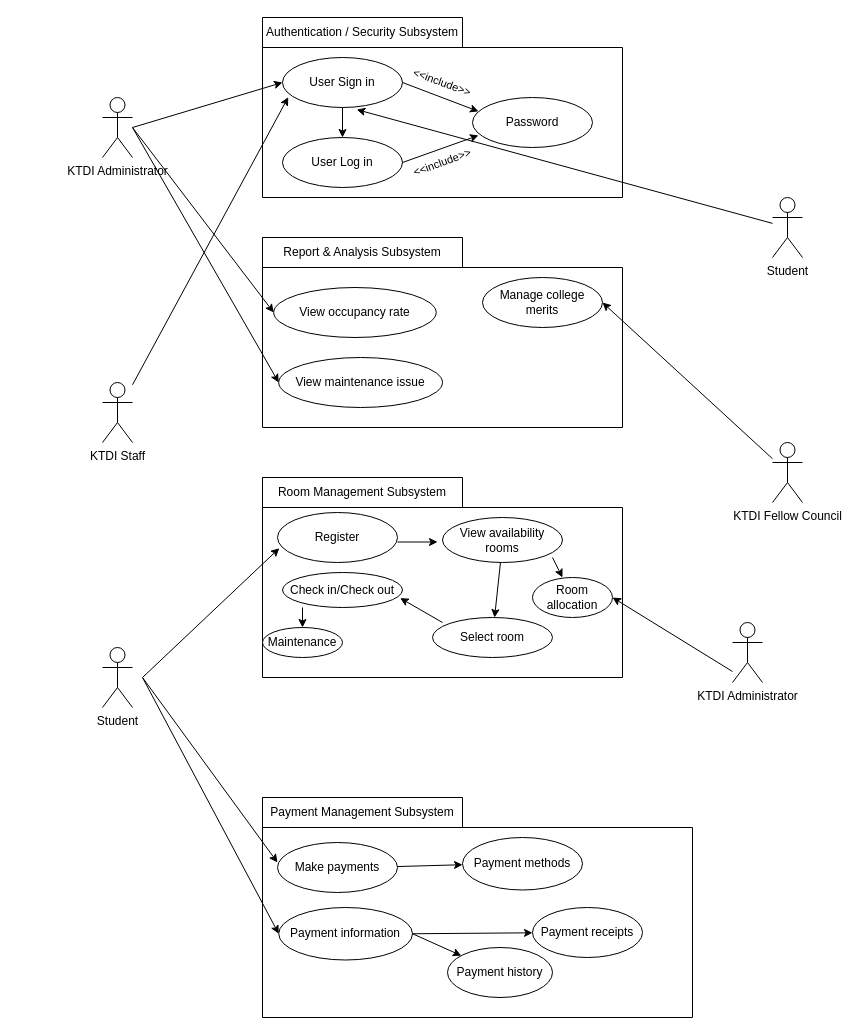
Before: page "Page-1" (1 of 2) of project/drawio/stakeholder/use_case.drawio in drshahizan/software-engineering, a draw.io diagram. Source tidied: cells renumbered, new cells numbered last; positions are measured from the earlier drawing's top-left corner, leaving out a move shared by most shapes. Both pictures are drawn from the tidied source at 100%, with x=0, y=0 at pixel (102, 17).
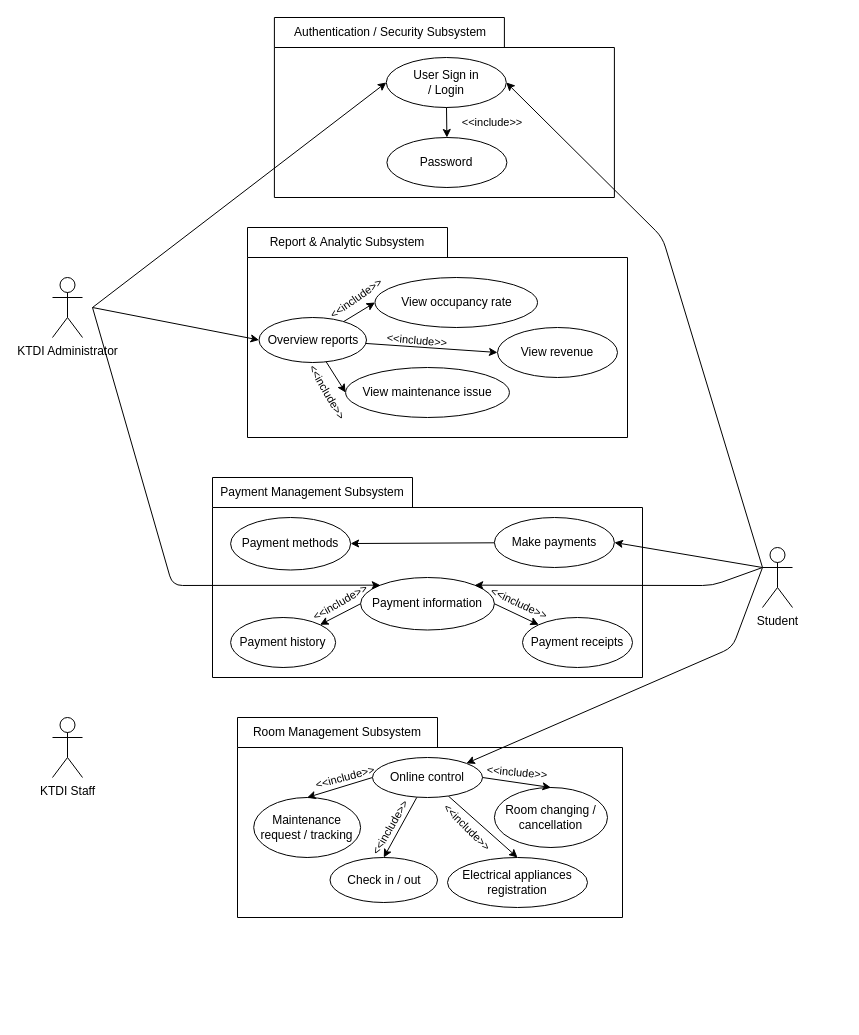
The same diagram, later.

What changed in the source:
```diff
@@
+    <mxCell id="11" style="shape=folder;fontStyle=1;tabWidth=200;tabHeight=30;tabPosition=left;html=1;boundedLbl=1;" parent="1" vertex="1">
+      <mxGeometry x="145" y="210" width="380" height="210" as="geometry" />
+    </mxCell>
+    <mxCell id="60" style="edgeStyle=none;html=1;entryX=0;entryY=0.5;entryDx=0;entryDy=0;" parent="1" edge="1" target="65">
+      <mxGeometry relative="1" as="geometry">
+        <mxPoint x="-10" y="290" as="sourcePoint" />
+      </mxGeometry>
+    </mxCell>
     <mxCell id="2" value="KTDI Administrator" style="shape=umlActor;verticalLabelPosition=bottom;verticalAlign=top;html=1;" parent="1" vertex="1">
-      <mxGeometry y="80" width="30" height="60" as="geometry" />
+      <mxGeometry x="-50" y="260" width="30" height="60" as="geometry" />
     </mxCell>
     <mxCell id="3" value="KTDI Staff" style="shape=umlActor;verticalLabelPosition=bottom;verticalAlign=top;html=1;" parent="1" vertex="1">
-      <mxGeometry y="365" width="30" height="60" as="geometry" />
+      <mxGeometry x="-50" y="700" width="30" height="60" as="geometry" />
     </mxCell>
     <mxCell id="4" value="Student" style="shape=umlActor;verticalLabelPosition=bottom;verticalAlign=top;html=1;" parent="1" vertex="1">
-      <mxGeometry x="670" y="180" width="30" height="60" as="geometry" />
+      <mxGeometry x="660" y="530" width="30" height="60" as="geometry" />
     </mxCell>
-    <mxCell id="5" value="KTDI Fellow Council" style="shape=umlActor;verticalLabelPosition=bottom;verticalAlign=top;html=1;" parent="1" vertex="1">
-      <mxGeometry x="670" y="425" width="30" height="60" as="geometry" />
-    </mxCell>
-    <mxCell id="6" style="shape=folder;fontStyle=1;tabWidth=200;tabHeight=30;tabPosition=left;html=1;boundedLbl=1;" parent="1" vertex="1">
-      <mxGeometry x="160" width="360" height="180" as="geometry" />
+    <mxCell id="6" style="shape=folder;fontStyle=1;tabWidth=230;tabHeight=30;tabPosition=left;html=1;boundedLbl=1;" parent="1" vertex="1">
+      <mxGeometry x="171.9" width="340" height="180" as="geometry" />
     </mxCell>
-    <mxCell id="7" style="edgeStyle=none;html=1;entryX=0.5;entryY=0;entryDx=0;entryDy=0;" parent="1" edge="1" source="8" target="20">
-      <mxGeometry relative="1" as="geometry" />
-    </mxCell>
     <mxCell id="8" style="ellipse;whiteSpace=wrap;html=1;fillColor=none;" parent="1" vertex="1">
-      <mxGeometry x="180" y="40" width="120" height="50" as="geometry" />
+      <mxGeometry x="283.8" y="40" width="120" height="50" as="geometry" />
     </mxCell>
     <mxCell id="9" value="Authentication / Security Subsystem" style="text;html=1;strokeColor=none;fillColor=none;align=center;verticalAlign=middle;whiteSpace=wrap;rounded=0;" parent="1" vertex="1">
-      <mxGeometry x="160" width="200" height="30" as="geometry" />
+      <mxGeometry x="188.1" width="200" height="30" as="geometry" />
     </mxCell>
-    <mxCell id="10" style="edgeStyle=none;html=1;entryX=0;entryY=0.5;entryDx=0;entryDy=0;" parent="1" edge="1" target="8">
-      <mxGeometry relative="1" as="geometry">
-        <mxPoint x="30" y="110" as="sourcePoint" />
-      </mxGeometry>
-    </mxCell>
-    <mxCell id="11" style="shape=folder;fontStyle=1;tabWidth=200;tabHeight=30;tabPosition=left;html=1;boundedLbl=1;" parent="1" vertex="1">
-      <mxGeometry x="160" y="220" width="360" height="190" as="geometry" />
-    </mxCell>
-    <mxCell id="12" value="Report &amp;amp; Analysis Subsystem" style="text;html=1;strokeColor=none;fillColor=none;align=center;verticalAlign=middle;whiteSpace=wrap;rounded=0;" parent="1" vertex="1">
-      <mxGeometry x="160" y="220" width="200" height="30" as="geometry" />
+    <mxCell id="12" value="Report &amp;amp; Analytic Subsystem" style="text;html=1;strokeColor=none;fillColor=none;align=center;verticalAlign=middle;whiteSpace=wrap;rounded=0;" parent="1" vertex="1">
+      <mxGeometry x="145" y="210" width="200" height="30" as="geometry" />
     </mxCell>
     <mxCell id="13" style="shape=folder;fontStyle=1;tabWidth=200;tabHeight=30;tabPosition=left;html=1;boundedLbl=1;" parent="1" vertex="1">
-      <mxGeometry x="160" y="460" width="360" height="200" as="geometry" />
+      <mxGeometry x="135" y="700" width="385" height="200" as="geometry" />
     </mxCell>
     <mxCell id="14" value="Room Management Subsystem" style="text;html=1;strokeColor=none;fillColor=none;align=center;verticalAlign=middle;whiteSpace=wrap;rounded=0;" parent="1" vertex="1">
-      <mxGeometry x="160" y="460" width="200" height="30" as="geometry" />
+      <mxGeometry x="135" y="700" width="200" height="30" as="geometry" />
     </mxCell>
     <mxCell id="15" style="shape=folder;fontStyle=1;tabWidth=200;tabHeight=30;tabPosition=left;html=1;boundedLbl=1;" parent="1" vertex="1">
-      <mxGeometry x="160" y="780" width="430" height="220" as="geometry" />
+      <mxGeometry x="110" y="460" width="430" height="200" as="geometry" />
     </mxCell>
     <mxCell id="16" value="Payment Management Subsystem" style="text;html=1;strokeColor=none;fillColor=none;align=center;verticalAlign=middle;whiteSpace=wrap;rounded=0;" parent="1" vertex="1">
-      <mxGeometry x="160" y="780" width="200" height="30" as="geometry" />
+      <mxGeometry x="110" y="460" width="200" height="30" as="geometry" />
     </mxCell>
-    <mxCell id="17" style="edgeStyle=none;html=1;entryX=0.05;entryY=0.278;entryDx=0;entryDy=0;exitX=1;exitY=0.5;exitDx=0;exitDy=0;entryPerimeter=0;" parent="1" edge="1" source="8" target="22">
-      <mxGeometry relative="1" as="geometry" />
-    </mxCell>
+    <mxCell id="61" style="edgeStyle=none;html=1;entryX=0.5;entryY=0;entryDx=0;entryDy=0;" parent="1" edge="1" target="22">
+      <mxGeometry relative="1" as="geometry">
+        <mxPoint x="344" y="90" as="sourcePoint" />
+      </mxGeometry>
+    </mxCell>
-    <mxCell id="18" value="User Sign in" style="text;html=1;strokeColor=none;fillColor=none;align=center;verticalAlign=middle;whiteSpace=wrap;rounded=0;" parent="1" vertex="1">
-      <mxGeometry x="205" y="50" width="70" height="30" as="geometry" />
+    <mxCell id="18" value="User Sign in / Login" style="text;html=1;strokeColor=none;fillColor=none;align=center;verticalAlign=middle;whiteSpace=wrap;rounded=0;" parent="1" vertex="1">
+      <mxGeometry x="308.8" y="50" width="70" height="30" as="geometry" />
     </mxCell>
-    <mxCell id="19" style="edgeStyle=none;html=1;entryX=0.05;entryY=0.758;entryDx=0;entryDy=0;exitX=1;exitY=0.5;exitDx=0;exitDy=0;entryPerimeter=0;" parent="1" edge="1" source="20" target="22">
-      <mxGeometry relative="1" as="geometry" />
-    </mxCell>
-    <mxCell id="20" style="ellipse;whiteSpace=wrap;html=1;fillColor=none;" parent="1" vertex="1">
-      <mxGeometry x="180" y="120" width="120" height="50" as="geometry" />
-    </mxCell>
-    <mxCell id="21" value="User Log in" style="text;html=1;strokeColor=none;fillColor=none;align=center;verticalAlign=middle;whiteSpace=wrap;rounded=0;" parent="1" vertex="1">
-      <mxGeometry x="205" y="130" width="70" height="30" as="geometry" />
-    </mxCell>
     <mxCell id="22" style="ellipse;whiteSpace=wrap;html=1;fillColor=none;" parent="1" vertex="1">
-      <mxGeometry x="370" y="80" width="120" height="50" as="geometry" />
+      <mxGeometry x="284.4" y="120" width="120" height="50" as="geometry" />
     </mxCell>
     <mxCell id="23" value="Password" style="text;html=1;strokeColor=none;fillColor=none;align=center;verticalAlign=middle;whiteSpace=wrap;rounded=0;" parent="1" vertex="1">
-      <mxGeometry x="395" y="90" width="70" height="30" as="geometry" />
+      <mxGeometry x="308.8" y="130" width="70" height="30" as="geometry" />
     </mxCell>
-    <mxCell id="24" value="Register" style="ellipse;whiteSpace=wrap;html=1;" parent="1" vertex="1">
-      <mxGeometry x="175" y="495" width="120" height="50" as="geometry" />
-    </mxCell>
@@
     <mxCell id="26" value="Make payments" style="ellipse;whiteSpace=wrap;html=1;fillColor=none;" parent="1" vertex="1">
-      <mxGeometry x="175" y="825" width="120" height="50" as="geometry" />
+      <mxGeometry x="391.9" y="500" width="120" height="50" as="geometry" />
     </mxCell>
-    <mxCell id="27" value="&amp;lt;&amp;lt;include&amp;gt;&amp;gt;" style="text;html=1;strokeColor=none;fillColor=none;align=center;verticalAlign=middle;whiteSpace=wrap;rounded=0;fontSize=11;rotation=20;" parent="1" vertex="1">
-      <mxGeometry x="310" y="50" width="60" height="30" as="geometry" />
+    <mxCell id="27" value="&amp;lt;&amp;lt;include&amp;gt;&amp;gt;" style="text;html=1;strokeColor=none;fillColor=none;align=center;verticalAlign=middle;whiteSpace=wrap;rounded=0;fontSize=11;rotation=0;" parent="1" vertex="1">
+      <mxGeometry x="360" y="90" width="60" height="30" as="geometry" />
     </mxCell>
-    <mxCell id="28" value="&amp;lt;&amp;lt;include&amp;gt;&amp;gt;" style="text;html=1;strokeColor=none;fillColor=none;align=center;verticalAlign=middle;whiteSpace=wrap;rounded=0;fontSize=11;rotation=-20;" parent="1" vertex="1">
-      <mxGeometry x="310" y="130" width="60" height="30" as="geometry" />
-    </mxCell>
-    <mxCell id="29" style="edgeStyle=none;html=1;entryX=0;entryY=0.4;entryDx=0;entryDy=0;entryPerimeter=0;" parent="1" edge="1" target="26">
-      <mxGeometry relative="1" as="geometry">
-        <mxPoint x="40" y="660" as="sourcePoint" />
-      </mxGeometry>
-    </mxCell>
-    <mxCell id="30" style="edgeStyle=none;html=1;entryX=0;entryY=0.5;entryDx=0;entryDy=0;" parent="1" edge="1" target="59">
-      <mxGeometry relative="1" as="geometry">
-        <mxPoint x="40" y="660" as="sourcePoint" />
-      </mxGeometry>
-    </mxCell>
-    <mxCell id="31" value="Student" style="shape=umlActor;verticalLabelPosition=bottom;verticalAlign=top;html=1;" parent="1" vertex="1">
-      <mxGeometry y="630" width="30" height="60" as="geometry" />
-    </mxCell>
-    <mxCell id="32" style="edgeStyle=none;html=1;entryX=0.048;entryY=0.793;entryDx=0;entryDy=0;entryPerimeter=0;" parent="1" edge="1" source="3" target="8">
-      <mxGeometry relative="1" as="geometry" />
-    </mxCell>
-    <mxCell id="33" style="endArrow=classic;html=1;" parent="1" edge="1">
-      <mxGeometry relative="1" as="geometry">
-        <mxPoint x="295" y="524.5" as="sourcePoint" />
-        <mxPoint x="335" y="524.5" as="targetPoint" />
-      </mxGeometry>
-    </mxCell>
-    <mxCell id="34" style="edgeStyle=none;html=1;" parent="1" edge="1" source="35" target="37">
-      <mxGeometry relative="1" as="geometry" />
-    </mxCell>
-    <mxCell id="35" value="View availability rooms" style="ellipse;whiteSpace=wrap;html=1;" parent="1" vertex="1">
-      <mxGeometry x="340" y="500" width="120" height="45" as="geometry" />
-    </mxCell>
     <mxCell id="36" value="View occupancy rate" style="text;html=1;strokeColor=none;fillColor=none;align=center;verticalAlign=middle;whiteSpace=wrap;rounded=0;" parent="1" vertex="1">
-      <mxGeometry x="176.2" y="280" width="152.5" height="30" as="geometry" />
+      <mxGeometry x="277.5" y="270" width="152.5" height="30" as="geometry" />
     </mxCell>
-    <mxCell id="37" value="Select room" style="ellipse;whiteSpace=wrap;html=1;" parent="1" vertex="1">
-      <mxGeometry x="330" y="600" width="120" height="40" as="geometry" />
-    </mxCell>
     <mxCell id="38" style="ellipse;whiteSpace=wrap;html=1;fillColor=none;" parent="1" vertex="1">
-      <mxGeometry x="171.2" y="270" width="162.5" height="50" as="geometry" />
+      <mxGeometry x="272.5" y="260" width="162.5" height="50" as="geometry" />
     </mxCell>
@@
-    <mxCell id="40" style="edgeStyle=none;html=1;exitX=1;exitY=0.5;exitDx=0;exitDy=0;" parent="1" edge="1" source="59" target="50">
-      <mxGeometry relative="1" as="geometry" />
-    </mxCell>
-    <mxCell id="41" value="Check in/Check out" style="ellipse;whiteSpace=wrap;html=1;" parent="1" vertex="1">
-      <mxGeometry x="180" y="555" width="120" height="35" as="geometry" />
+    <mxCell id="41" value="Check in / out" style="ellipse;whiteSpace=wrap;html=1;" parent="1" vertex="1">
+      <mxGeometry x="227.5" y="840" width="107.5" height="45" as="geometry" />
     </mxCell>
-    <mxCell id="42" style="endArrow=classic;html=1;entryX=0.981;entryY=0.732;entryDx=0;entryDy=0;entryPerimeter=0;" parent="1" edge="1" target="41">
-      <mxGeometry relative="1" as="geometry">
-        <mxPoint x="340" y="605" as="sourcePoint" />
-      </mxGeometry>
-    </mxCell>
     <mxCell id="43" value="Payment receipts" style="ellipse;whiteSpace=wrap;html=1;fillColor=none;" parent="1" vertex="1">
-      <mxGeometry x="430" y="890" width="110" height="50" as="geometry" />
+      <mxGeometry x="420" y="600" width="110" height="50" as="geometry" />
     </mxCell>
-    <mxCell id="44" style="endArrow=classic;html=1;" parent="1" edge="1">
-      <mxGeometry relative="1" as="geometry">
-        <mxPoint x="200" y="590" as="sourcePoint" />
-        <mxPoint x="200" y="610" as="targetPoint" />
-      </mxGeometry>
-    </mxCell>
     <mxCell id="45" value="Payment methods" style="ellipse;whiteSpace=wrap;html=1;fillColor=none;" parent="1" vertex="1">
-      <mxGeometry x="360" y="820" width="120" height="52.5" as="geometry" />
+      <mxGeometry x="128.1" y="500" width="120" height="52.5" as="geometry" />
     </mxCell>
-    <mxCell id="46" value="Maintenance" style="ellipse;whiteSpace=wrap;html=1;" parent="1" vertex="1">
-      <mxGeometry x="160" y="610" width="80" height="30" as="geometry" />
+    <mxCell id="46" value="Maintenance request / tracking" style="ellipse;whiteSpace=wrap;html=1;" parent="1" vertex="1">
+      <mxGeometry x="151.2" y="780" width="106.9" height="60" as="geometry" />
     </mxCell>
     <mxCell id="47" value="View maintenance issue" style="ellipse;whiteSpace=wrap;html=1;fillColor=none;" parent="1" vertex="1">
-      <mxGeometry x="176.2" y="340" width="163.8" height="50" as="geometry" />
+      <mxGeometry x="243.1" y="350" width="163.8" height="50" as="geometry" />
     </mxCell>
-    <mxCell id="48" style="endArrow=classic;html=1;" parent="1" edge="1">
-      <mxGeometry relative="1" as="geometry">
-        <mxPoint x="450" y="540" as="sourcePoint" />
-        <mxPoint x="460" y="560" as="targetPoint" />
-      </mxGeometry>
-    </mxCell>
-    <mxCell id="49" value="Room allocation" style="ellipse;whiteSpace=wrap;html=1;" parent="1" vertex="1">
-      <mxGeometry x="430" y="560" width="80" height="40" as="geometry" />
-    </mxCell>
     <mxCell id="50" value="Payment history" style="ellipse;whiteSpace=wrap;html=1;fillColor=none;" parent="1" vertex="1">
-      <mxGeometry x="345" y="930" width="105" height="50" as="geometry" />
+      <mxGeometry x="128.1" y="600" width="105" height="50" as="geometry" />
     </mxCell>
-    <mxCell id="51" style="endArrow=classic;html=1;entryX=0.015;entryY=0.714;entryDx=0;entryDy=0;entryPerimeter=0;" parent="1" edge="1" target="24">
-      <mxGeometry relative="1" as="geometry">
-        <mxPoint x="40" y="660" as="sourcePoint" />
-      </mxGeometry>
-    </mxCell>
-    <mxCell id="52" style="edgeStyle=none;html=1;entryX=0;entryY=0.5;entryDx=0;entryDy=0;" parent="1" edge="1" target="47">
-      <mxGeometry relative="1" as="geometry">
-        <mxPoint x="30" y="110" as="sourcePoint" />
-      </mxGeometry>
-    </mxCell>
-    <mxCell id="53" style="edgeStyle=none;html=1;entryX=0;entryY=0.5;entryDx=0;entryDy=0;" parent="1" edge="1" target="38">
-      <mxGeometry relative="1" as="geometry">
-        <mxPoint x="30" y="110" as="sourcePoint" />
-      </mxGeometry>
-    </mxCell>
-    <mxCell id="54" value="Manage college merits" style="ellipse;whiteSpace=wrap;html=1;fillColor=none;" parent="1" vertex="1">
-      <mxGeometry x="380" y="260" width="120" height="50" as="geometry" />
+    <mxCell id="54" value="View revenue" style="ellipse;whiteSpace=wrap;html=1;fillColor=none;" parent="1" vertex="1">
+      <mxGeometry x="395" y="310" width="120" height="50" as="geometry" />
     </mxCell>
-    <mxCell id="55" style="edgeStyle=none;html=1;entryX=1;entryY=0.5;entryDx=0;entryDy=0;" parent="1" edge="1" source="5" target="54">
-      <mxGeometry relative="1" as="geometry" />
-    </mxCell>
-    <mxCell id="56" style="edgeStyle=none;html=1;entryX=0.619;entryY=1.042;entryDx=0;entryDy=0;entryPerimeter=0;" parent="1" edge="1" source="4" target="8">
-      <mxGeometry relative="1" as="geometry" />
-    </mxCell>
-    <mxCell id="57" value="KTDI Administrator" style="shape=umlActor;verticalLabelPosition=bottom;verticalAlign=top;html=1;" parent="1" vertex="1">
-      <mxGeometry x="630" y="605" width="30" height="60" as="geometry" />
-    </mxCell>
-    <mxCell id="58" style="endArrow=classic;html=1;entryX=1;entryY=0.5;entryDx=0;entryDy=0;" parent="1" edge="1" target="49">
-      <mxGeometry relative="1" as="geometry">
-        <mxPoint x="630" y="654" as="sourcePoint" />
-      </mxGeometry>
-    </mxCell>
+    <mxCell id="40" style="edgeStyle=none;html=1;entryX=1;entryY=0;entryDx=0;entryDy=0;exitX=0;exitY=0.5;exitDx=0;exitDy=0;" parent="1" edge="1" source="59" target="50">
+      <mxGeometry relative="1" as="geometry" />
+    </mxCell>
     <mxCell id="59" value="Payment information" style="ellipse;whiteSpace=wrap;html=1;fillColor=none;" parent="1" vertex="1">
-      <mxGeometry x="176.2" y="890" width="133.8" height="52.5" as="geometry" />
+      <mxGeometry x="258.1" y="560" width="133.8" height="52.5" as="geometry" />
     </mxCell>
+    <mxCell id="62" style="edgeStyle=none;html=1;entryX=0;entryY=0.5;entryDx=0;entryDy=0;" parent="1" edge="1" source="65" target="38">
+      <mxGeometry relative="1" as="geometry" />
+    </mxCell>
+    <mxCell id="63" style="edgeStyle=none;html=1;entryX=0;entryY=0.5;entryDx=0;entryDy=0;" parent="1" edge="1" source="65" target="47">
+      <mxGeometry relative="1" as="geometry" />
+    </mxCell>
+    <mxCell id="64" style="edgeStyle=none;html=1;entryX=0;entryY=0.5;entryDx=0;entryDy=0;" parent="1" edge="1" source="65" target="54">
+      <mxGeometry relative="1" as="geometry" />
+    </mxCell>
+    <mxCell id="65" value="Overview reports" style="ellipse;whiteSpace=wrap;html=1;" parent="1" vertex="1">
+      <mxGeometry x="156.5" y="300" width="107.5" height="45" as="geometry" />
+    </mxCell>
+    <mxCell id="66" value="&amp;lt;&amp;lt;include&amp;gt;&amp;gt;" style="text;html=1;strokeColor=none;fillColor=none;align=center;verticalAlign=middle;whiteSpace=wrap;rounded=0;fontSize=11;rotation=-35;" parent="1" vertex="1">
+      <mxGeometry x="224" y="266" width="60" height="30" as="geometry" />
+    </mxCell>
+    <mxCell id="67" value="&amp;lt;&amp;lt;include&amp;gt;&amp;gt;" style="text;html=1;strokeColor=none;fillColor=none;align=center;verticalAlign=middle;whiteSpace=wrap;rounded=0;fontSize=11;rotation=5;" parent="1" vertex="1">
+      <mxGeometry x="285" y="307.5" width="60" height="30" as="geometry" />
+    </mxCell>
+    <mxCell id="68" value="&amp;lt;&amp;lt;include&amp;gt;&amp;gt;" style="text;html=1;strokeColor=none;fillColor=none;align=center;verticalAlign=middle;whiteSpace=wrap;rounded=0;fontSize=11;rotation=60;" parent="1" vertex="1">
+      <mxGeometry x="195" y="360" width="60" height="30" as="geometry" />
+    </mxCell>
+    <mxCell id="69" value="&amp;lt;&amp;lt;include&amp;gt;&amp;gt;" style="text;html=1;strokeColor=none;fillColor=none;align=center;verticalAlign=middle;whiteSpace=wrap;rounded=0;fontSize=11;rotation=-30;" parent="1" vertex="1">
+      <mxGeometry x="208" y="570" width="60" height="30" as="geometry" />
+    </mxCell>
+    <mxCell id="70" value="&amp;lt;&amp;lt;include&amp;gt;&amp;gt;" style="text;html=1;strokeColor=none;fillColor=none;align=center;verticalAlign=middle;whiteSpace=wrap;rounded=0;fontSize=11;rotation=25;" parent="1" vertex="1">
+      <mxGeometry x="386.9" y="571" width="60" height="30" as="geometry" />
+    </mxCell>
+    <mxCell id="71" style="edgeStyle=none;html=1;entryX=0.5;entryY=0;entryDx=0;entryDy=0;" parent="1" edge="1" target="46">
+      <mxGeometry relative="1" as="geometry">
+        <mxPoint x="270" y="760" as="sourcePoint" />
+      </mxGeometry>
+    </mxCell>
+    <mxCell id="72" style="edgeStyle=none;html=1;entryX=0.5;entryY=0;entryDx=0;entryDy=0;" parent="1" edge="1" source="74" target="41">
+      <mxGeometry relative="1" as="geometry" />
+    </mxCell>
+    <mxCell id="73" style="edgeStyle=none;html=1;entryX=0.5;entryY=0;entryDx=0;entryDy=0;" parent="1" edge="1" source="74" target="76">
+      <mxGeometry relative="1" as="geometry" />
+    </mxCell>
+    <mxCell id="74" value="Online control" style="ellipse;whiteSpace=wrap;html=1;" parent="1" vertex="1">
+      <mxGeometry x="270" y="740" width="110" height="40" as="geometry" />
+    </mxCell>
+    <mxCell id="75" value="Room changing / cancellation" style="ellipse;whiteSpace=wrap;html=1;" parent="1" vertex="1">
+      <mxGeometry x="391.9" y="770" width="113.1" height="60" as="geometry" />
+    </mxCell>
+    <mxCell id="76" value="Electrical appliances registration" style="ellipse;whiteSpace=wrap;html=1;" parent="1" vertex="1">
+      <mxGeometry x="345" y="840" width="140" height="50" as="geometry" />
+    </mxCell>
+    <mxCell id="77" style="edgeStyle=none;html=1;entryX=0.5;entryY=0;entryDx=0;entryDy=0;exitX=1;exitY=0.5;exitDx=0;exitDy=0;" parent="1" edge="1" source="74" target="75">
+      <mxGeometry relative="1" as="geometry" />
+    </mxCell>
+    <mxCell id="78" value="&amp;lt;&amp;lt;include&amp;gt;&amp;gt;" style="text;html=1;strokeColor=none;fillColor=none;align=center;verticalAlign=middle;whiteSpace=wrap;rounded=0;fontSize=11;rotation=45;" parent="1" vertex="1">
+      <mxGeometry x="335" y="795" width="60" height="30" as="geometry" />
+    </mxCell>
+    <mxCell id="79" value="&amp;lt;&amp;lt;include&amp;gt;&amp;gt;" style="text;html=1;strokeColor=none;fillColor=none;align=center;verticalAlign=middle;whiteSpace=wrap;rounded=0;fontSize=11;rotation=5;" parent="1" vertex="1">
+      <mxGeometry x="385" y="740" width="60" height="30" as="geometry" />
+    </mxCell>
+    <mxCell id="80" value="&amp;lt;&amp;lt;include&amp;gt;&amp;gt;" style="text;html=1;strokeColor=none;fillColor=none;align=center;verticalAlign=middle;whiteSpace=wrap;rounded=0;fontSize=11;rotation=-60;" parent="1" vertex="1">
+      <mxGeometry x="258.1" y="795" width="60" height="30" as="geometry" />
+    </mxCell>
+    <mxCell id="81" value="&amp;lt;&amp;lt;include&amp;gt;&amp;gt;" style="text;html=1;strokeColor=none;fillColor=none;align=center;verticalAlign=middle;whiteSpace=wrap;rounded=0;fontSize=11;rotation=-15;" parent="1" vertex="1">
+      <mxGeometry x="212.5" y="745" width="60" height="30" as="geometry" />
+    </mxCell>
+    <mxCell id="82" style="edgeStyle=none;html=1;entryX=1;entryY=0.5;entryDx=0;entryDy=0;" parent="1" edge="1" target="8">
+      <mxGeometry relative="1" as="geometry">
+        <mxPoint x="660" y="550" as="sourcePoint" />
+        <Array as="points">
+          <mxPoint x="560" y="220" />
+        </Array>
+      </mxGeometry>
+    </mxCell>
+    <mxCell id="83" style="edgeStyle=none;html=1;entryX=0;entryY=0.5;entryDx=0;entryDy=0;" parent="1" edge="1" target="8">
+      <mxGeometry relative="1" as="geometry">
+        <mxPoint x="-10" y="290" as="sourcePoint" />
+      </mxGeometry>
+    </mxCell>
+    <mxCell id="84" style="edgeStyle=none;html=1;entryX=1;entryY=0.5;entryDx=0;entryDy=0;exitX=0;exitY=0.3333333333333333;exitDx=0;exitDy=0;exitPerimeter=0;" parent="1" edge="1" source="4" target="26">
+      <mxGeometry relative="1" as="geometry" />
+    </mxCell>
+    <mxCell id="85" style="edgeStyle=none;html=1;entryX=1;entryY=0;entryDx=0;entryDy=0;exitX=0;exitY=0.3333333333333333;exitDx=0;exitDy=0;exitPerimeter=0;" parent="1" edge="1" source="4" target="59">
+      <mxGeometry relative="1" as="geometry">
+        <Array as="points">
+          <mxPoint x="610" y="568" />
+        </Array>
+      </mxGeometry>
+    </mxCell>
+    <mxCell id="86" style="edgeStyle=none;html=1;entryX=0;entryY=0;entryDx=0;entryDy=0;" parent="1" edge="1" target="59">
+      <mxGeometry relative="1" as="geometry">
+        <mxPoint x="-10" y="290" as="sourcePoint" />
+        <Array as="points">
+          <mxPoint x="70" y="568" />
+        </Array>
+      </mxGeometry>
+    </mxCell>
+    <mxCell id="87" style="edgeStyle=none;html=1;entryX=1;entryY=0;entryDx=0;entryDy=0;" parent="1" edge="1" target="74">
+      <mxGeometry relative="1" as="geometry">
+        <mxPoint x="660" y="550" as="sourcePoint" />
+        <Array as="points">
+          <mxPoint x="630" y="630" />
+        </Array>
+      </mxGeometry>
+    </mxCell>
```
